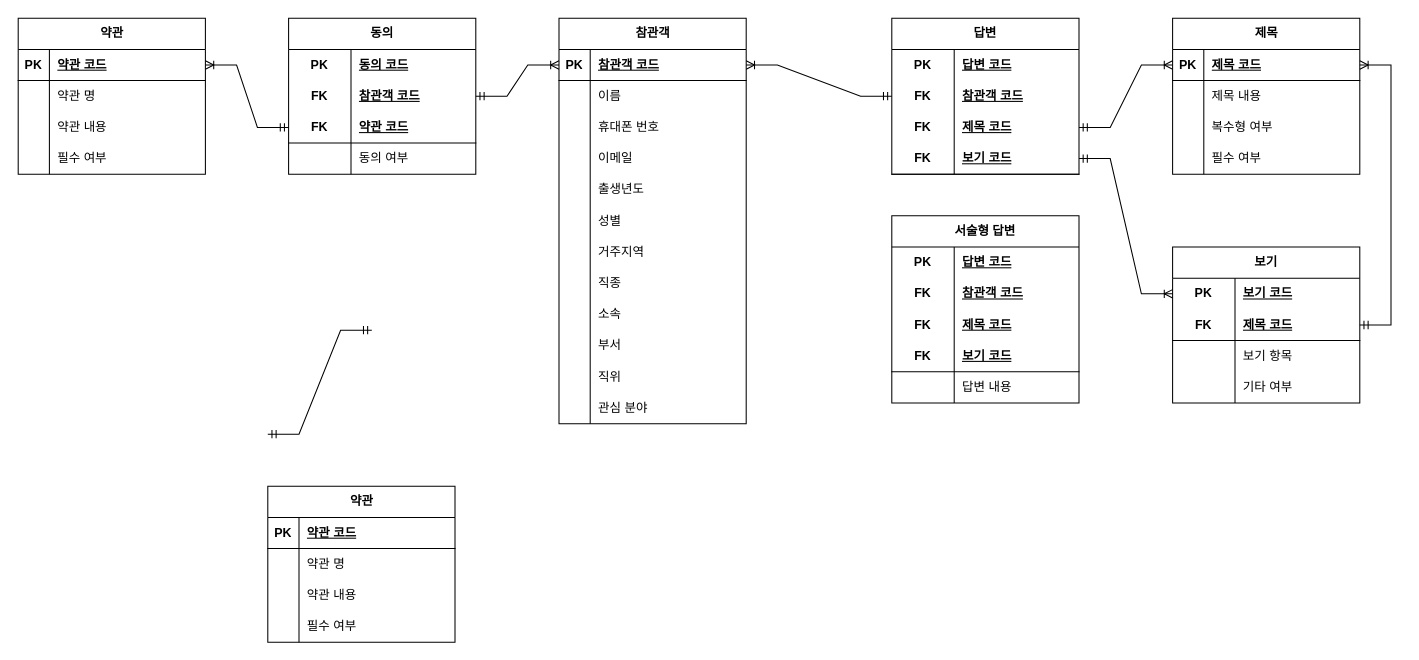
Above: page "페이지-2" (2 of 2) of space-design-fair-pre-erd.drawio in hann0079/erd-for-es (draw.io), before the change. Source tidied: cells renumbered, new cells numbered last; positions are measured from the earlier drawing's top-left corner, leaving out a move shared by most shapes. Both pictures are drawn from the tidied source at 104%, with x=0, y=0 at pixel (18, 18).
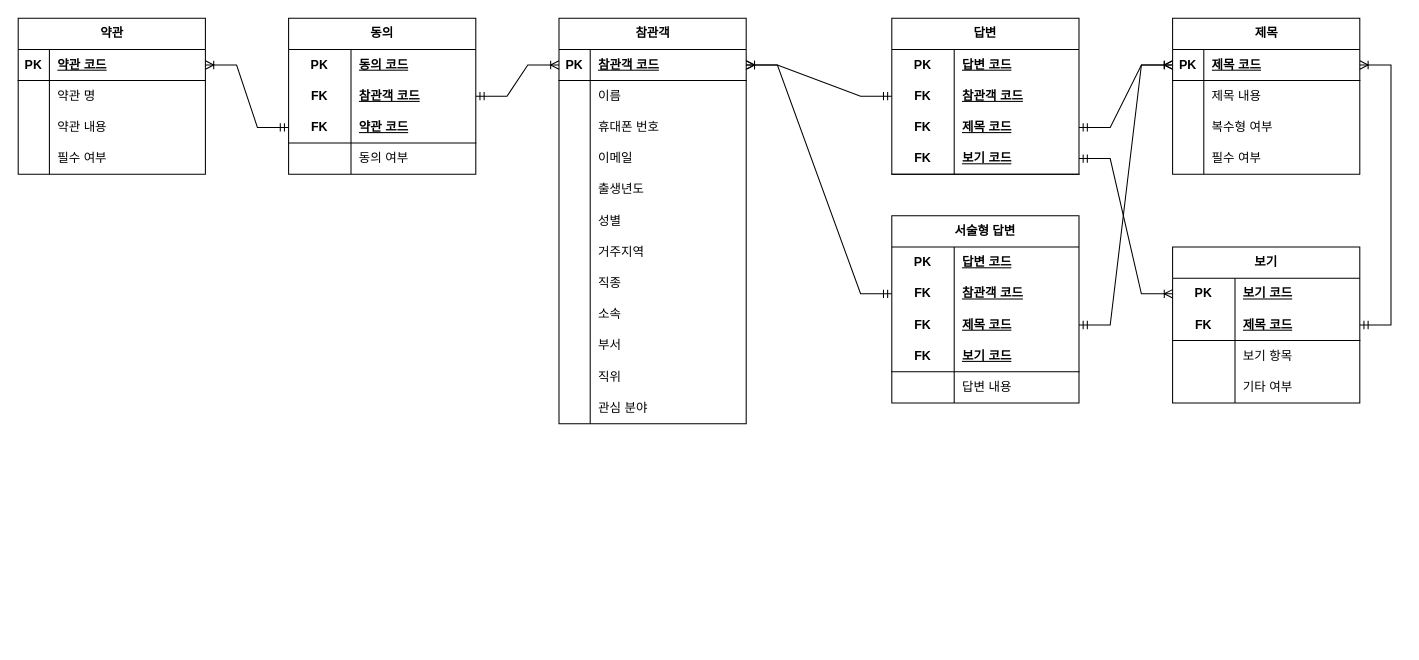
After the change.

Unchanged cells that the change refers to:
```xml
<mxCell id="16" style="shape=tableRow;horizontal=0;startSize=0;swimlaneHead=0;swimlaneBody=0;fillColor=none;points=[[0,0.5],[1,0.5]];portConstraint=eastwest;top=0;left=0;right=0;bottom=1;" parent="15" vertex="1">
  <mxGeometry y="30" width="180" height="30" as="geometry" />
</mxCell>
<mxCell id="53" style="shape=tableRow;horizontal=0;startSize=0;swimlaneHead=0;swimlaneBody=0;fillColor=none;points=[[0,0.5],[1,0.5]];portConstraint=eastwest;top=0;left=0;right=0;bottom=1;" parent="52" vertex="1">
  <mxGeometry y="30" width="180" height="30" as="geometry" />
</mxCell>
<mxCell id="128" style="shape=tableRow;horizontal=0;startSize=0;swimlaneHead=0;swimlaneBody=0;fillColor=none;points=[[0,0.5],[1,0.5]];portConstraint=eastwest;top=0;left=0;right=0;bottom=0;html=1;" parent="124" vertex="1">
  <mxGeometry y="60" width="180" height="30" as="geometry" />
</mxCell>
<mxCell id="131" style="shape=tableRow;horizontal=0;startSize=0;swimlaneHead=0;swimlaneBody=0;fillColor=none;points=[[0,0.5],[1,0.5]];portConstraint=eastwest;top=0;left=0;right=0;bottom=0;html=1;" parent="124" vertex="1">
  <mxGeometry y="90" width="180" height="30" as="geometry" />
</mxCell>
```

Change to the diagram source:
```diff
@@
-    <mxCell id="110" style="edgeStyle=entityRelationEdgeStyle;fontSize=12;html=1;endArrow=ERmandOne;startArrow=ERmandOne;rounded=0;" parent="1" edge="1">
-      <mxGeometry relative="1" as="geometry">
-        <mxPoint x="240" y="400" as="sourcePoint" />
-        <mxPoint x="340" y="300" as="targetPoint" />
-      </mxGeometry>
-    </mxCell>
-    <mxCell id="111" value="약관" style="shape=table;startSize=30;childLayout=tableLayout;rowLines=0;fontStyle=1;align=center;html=1;" parent="1" vertex="1">
-      <mxGeometry x="240" y="450" width="180" height="150" as="geometry" />
-    </mxCell>
-    <mxCell id="112" style="shape=tableRow;horizontal=0;startSize=0;swimlaneHead=0;swimlaneBody=0;fillColor=none;top=0;left=0;right=0;bottom=1;" parent="111" vertex="1">
-      <mxGeometry y="30" width="180" height="30" as="geometry" />
-    </mxCell>
-    <mxCell id="113" value="PK" style="shape=partialRectangle;fillColor=none;top=0;left=0;bottom=0;right=0;fontStyle=1;overflow=hidden;whiteSpace=wrap;html=1;" parent="112" vertex="1">
-      <mxGeometry width="30" height="30" as="geometry" />
-    </mxCell>
-    <mxCell id="114" value="약관 코드" style="shape=partialRectangle;fillColor=none;top=0;left=0;bottom=0;right=0;align=left;spacingLeft=6;fontStyle=5;overflow=hidden;whiteSpace=wrap;html=1;" parent="112" vertex="1">
-      <mxGeometry x="30" width="150" height="30" as="geometry" />
-    </mxCell>
-    <mxCell id="115" style="shape=tableRow;horizontal=0;startSize=0;swimlaneHead=0;swimlaneBody=0;fillColor=none;top=0;left=0;right=0;bottom=0;" parent="111" vertex="1">
-      <mxGeometry y="60" width="180" height="30" as="geometry" />
-    </mxCell>
-    <mxCell id="116" style="shape=partialRectangle;fillColor=none;top=0;left=0;bottom=0;right=0;overflow=hidden;whiteSpace=wrap;html=1;" parent="115" vertex="1">
-      <mxGeometry width="30" height="30" as="geometry" />
-    </mxCell>
-    <mxCell id="117" value="약관 명&lt;span style=&quot;white-space: pre;&quot;&gt;&#9;&lt;/span&gt;" style="shape=partialRectangle;fillColor=none;top=0;left=0;bottom=0;right=0;align=left;spacingLeft=6;overflow=hidden;whiteSpace=wrap;html=1;" parent="115" vertex="1">
-      <mxGeometry x="30" width="150" height="30" as="geometry" />
-    </mxCell>
-    <mxCell id="118" style="shape=tableRow;horizontal=0;startSize=0;swimlaneHead=0;swimlaneBody=0;fillColor=none;top=0;left=0;right=0;bottom=0;" parent="111" vertex="1">
-      <mxGeometry y="90" width="180" height="30" as="geometry" />
-    </mxCell>
-    <mxCell id="119" style="shape=partialRectangle;fillColor=none;top=0;left=0;bottom=0;right=0;overflow=hidden;whiteSpace=wrap;html=1;" parent="118" vertex="1">
-      <mxGeometry width="30" height="30" as="geometry" />
-    </mxCell>
-    <mxCell id="120" value="약관 내용" style="shape=partialRectangle;fillColor=none;top=0;left=0;bottom=0;right=0;align=left;spacingLeft=6;overflow=hidden;whiteSpace=wrap;html=1;" parent="118" vertex="1">
-      <mxGeometry x="30" width="150" height="30" as="geometry" />
-    </mxCell>
-    <mxCell id="121" style="shape=tableRow;horizontal=0;startSize=0;swimlaneHead=0;swimlaneBody=0;fillColor=none;top=0;left=0;right=0;bottom=0;" parent="111" vertex="1">
-      <mxGeometry y="120" width="180" height="30" as="geometry" />
-    </mxCell>
-    <mxCell id="122" style="shape=partialRectangle;fillColor=none;top=0;left=0;bottom=0;right=0;overflow=hidden;whiteSpace=wrap;html=1;" parent="121" vertex="1">
-      <mxGeometry width="30" height="30" as="geometry" />
-    </mxCell>
-    <mxCell id="123" value="필수 여부" style="shape=partialRectangle;fillColor=none;top=0;left=0;bottom=0;right=0;align=left;spacingLeft=6;overflow=hidden;whiteSpace=wrap;html=1;" parent="121" vertex="1">
-      <mxGeometry x="30" width="150" height="30" as="geometry" />
-    </mxCell>
@@
+    <mxCell id="140" style="edgeStyle=entityRelationEdgeStyle;fontSize=12;html=1;endArrow=ERoneToMany;startArrow=ERmandOne;rounded=0;entryX=1;entryY=0.5;entryDx=0;entryDy=0;exitX=0;exitY=0.5;exitDx=0;exitDy=0;" parent="1" edge="1" source="128" target="16">
+      <mxGeometry relative="1" as="geometry" />
+    </mxCell>
+    <mxCell id="141" style="edgeStyle=entityRelationEdgeStyle;fontSize=12;html=1;endArrow=ERoneToMany;startArrow=ERmandOne;rounded=0;entryX=0;entryY=0.5;entryDx=0;entryDy=0;" parent="1" edge="1" source="131" target="53">
+      <mxGeometry relative="1" as="geometry" />
+    </mxCell>
```
